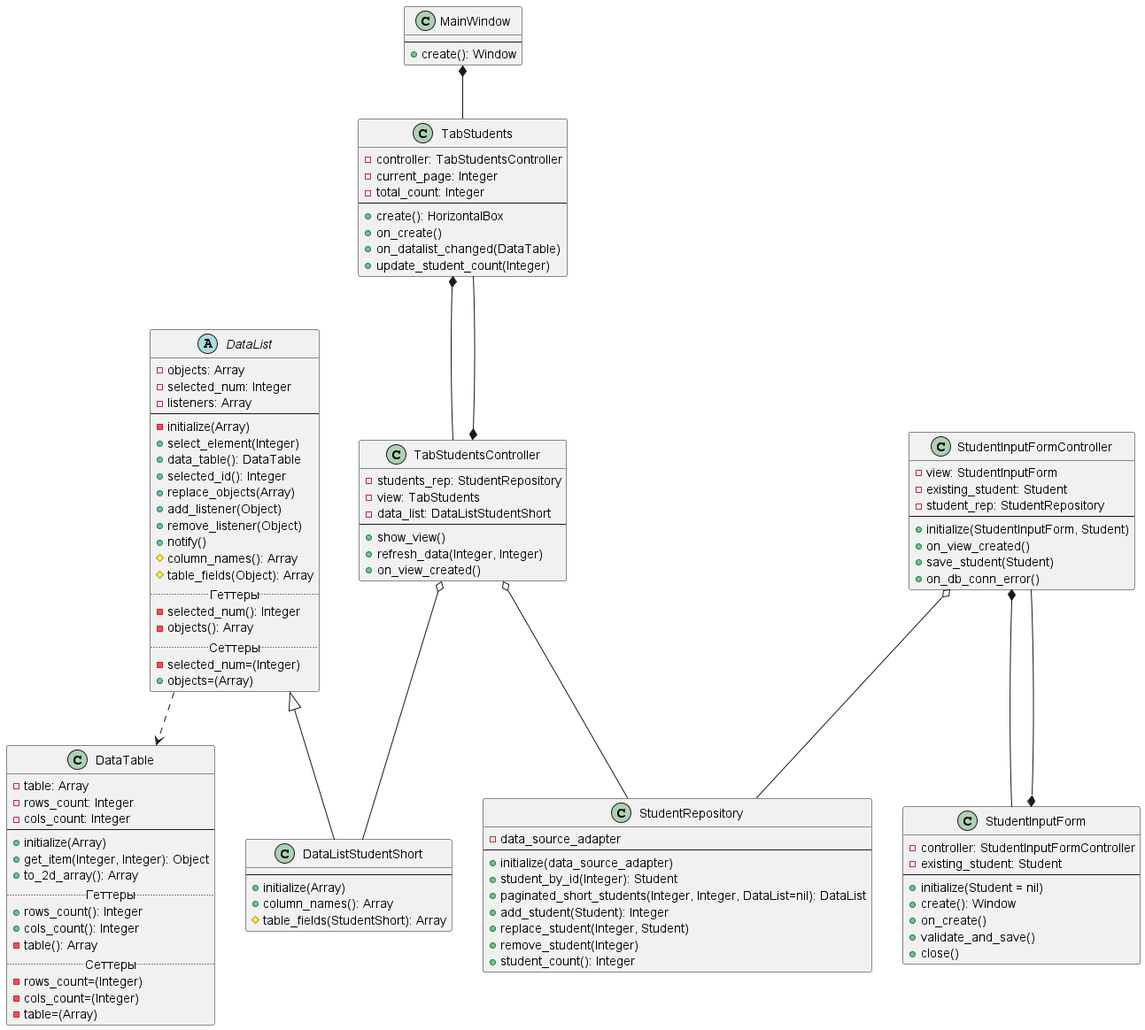
r1411/PatternsLabs keeps this PlantUML diagram as Diagrams/mvc.png. Above is the earlier version. Source of this version:
```plantuml
@startuml

MainWindow *-- TabStudents
TabStudents *-- TabStudentsController
TabStudentsController *-- TabStudents
DataList ..> DataTable
TabStudentsController o-- DataListStudentShort
TabStudentsController o-- StudentRepository
StudentInputForm *-- StudentInputFormController
StudentInputFormController *-- StudentInputForm
StudentInputFormController o-- StudentRepository

class MainWindow {
    --
    +create(): Window
}

class TabStudents {
    -controller: TabStudentsController
    -current_page: Integer
    -total_count: Integer
    --
    +create(): HorizontalBox
    +on_create()
    +on_datalist_changed(DataTable)
    +update_student_count(Integer)
}

class TabStudentsController {
    -students_rep: StudentRepository
    -view: TabStudents
    -data_list: DataListStudentShort
    --
    +show_view()
    +refresh_data(Integer, Integer)
    +on_view_created()
}

class StudentInputForm {
    -controller: StudentInputFormController
    -existing_student: Student
    --
    +initialize(Student = nil)
    +create(): Window
    +on_create()
    +validate_and_save()
    +close()
}

class StudentInputFormController {
    -view: StudentInputForm
    -existing_student: Student
    -student_rep: StudentRepository
    --
    +initialize(StudentInputForm, Student)
    +on_view_created()
    +save_student(Student)
    +on_db_conn_error()
}

class DataTable {
    -table: Array
    -rows_count: Integer
    -cols_count: Integer
    --
    +initialize(Array)
    +get_item(Integer, Integer): Object
    +to_2d_array(): Array
    .. Геттеры ..
    +rows_count(): Integer
    +cols_count(): Integer
    -table(): Array
    .. Сеттеры ..
    -rows_count=(Integer)
    -cols_count=(Integer)
    -table=(Array)
}

abstract class DataList {
    -objects: Array
    -selected_num: Integer
    -listeners: Array
    --
    -initialize(Array)
    +select_element(Integer)
    +data_table(): DataTable
    +selected_id(): Integer
    +replace_objects(Array)
    +add_listener(Object)
    +remove_listener(Object)
    +notify()
    #column_names(): Array
    #table_fields(Object): Array
    .. Геттеры ..
    -selected_num(): Integer
    -objects(): Array
    .. Сеттеры ..
    -selected_num=(Integer)
    +objects=(Array)
}

class DataListStudentShort extends DataList {
    --
    +initialize(Array)
    +column_names(): Array
    #table_fields(StudentShort): Array
}

class StudentRepository {
    -data_source_adapter
    --
    +initialize(data_source_adapter)
    +student_by_id(Integer): Student
    +paginated_short_students(Integer, Integer, DataList=nil): DataList
    +add_student(Student): Integer
    +replace_student(Integer, Student)
    +remove_student(Integer)
    +student_count(): Integer
}
@enduml
```
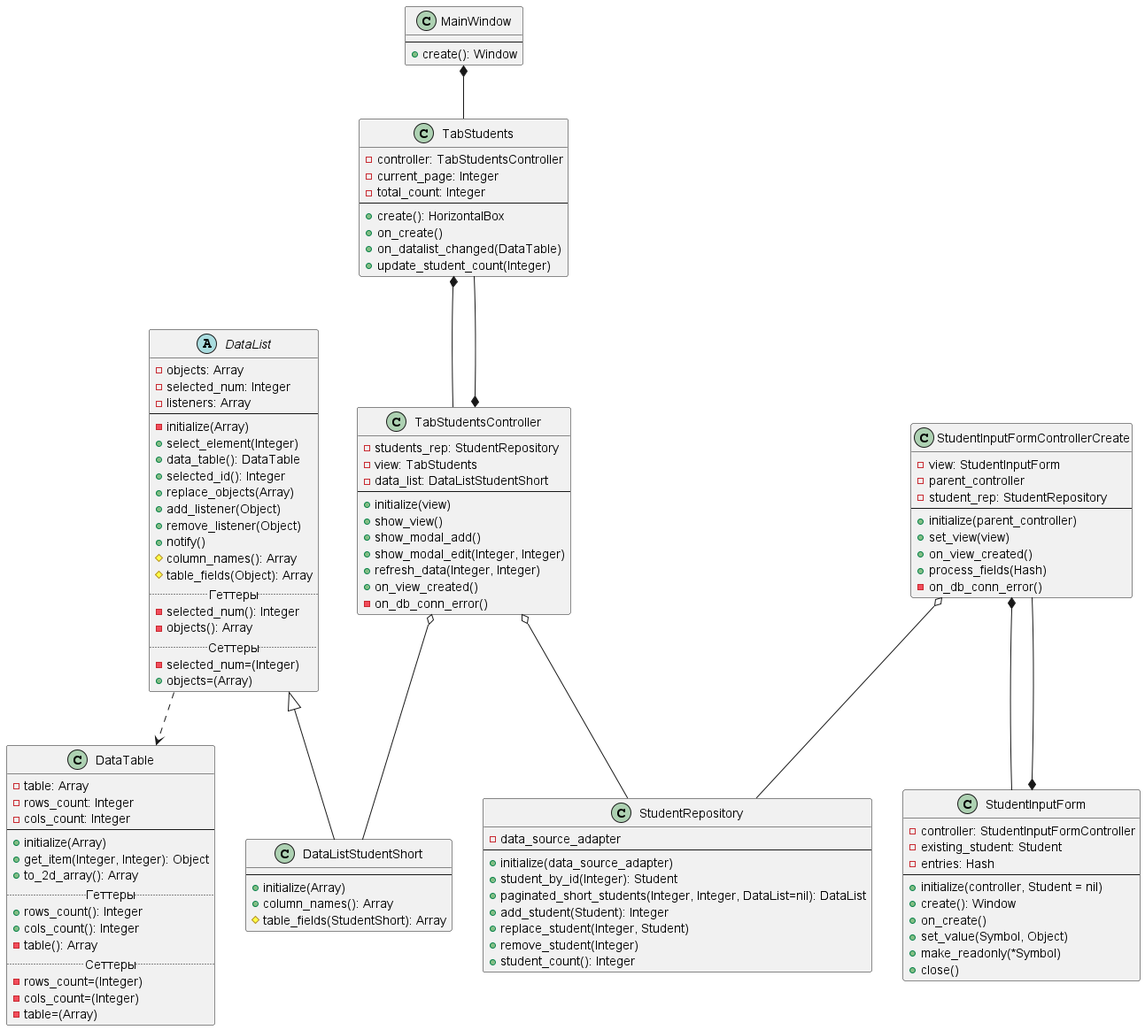
The same file after the commit.

What changed in the source:
```diff
@@ -6,9 +6,9 @@
 DataList ..> DataTable
 TabStudentsController o-- DataListStudentShort
 TabStudentsController o-- StudentRepository
-StudentInputForm *-- StudentInputFormController
-StudentInputFormController *-- StudentInputForm
-StudentInputFormController o-- StudentRepository
+StudentInputForm *-- StudentInputFormControllerCreate
+StudentInputFormControllerCreate *-- StudentInputForm
+StudentInputFormControllerCreate o-- StudentRepository
 
 class MainWindow {
     --
@@ -31,31 +31,38 @@
     -view: TabStudents
     -data_list: DataListStudentShort
     --
+    +initialize(view)
     +show_view()
+    +show_modal_add()
+    +show_modal_edit(Integer, Integer)
     +refresh_data(Integer, Integer)
     +on_view_created()
+    -on_db_conn_error()
 }
 
 class StudentInputForm {
     -controller: StudentInputFormController
     -existing_student: Student
+    -entries: Hash
     --
-    +initialize(Student = nil)
+    +initialize(controller, Student = nil)
     +create(): Window
     +on_create()
-    +validate_and_save()
+    +set_value(Symbol, Object)
+    +make_readonly(*Symbol)
     +close()
 }
 
-class StudentInputFormController {
+class StudentInputFormControllerCreate {
     -view: StudentInputForm
-    -existing_student: Student
+    -parent_controller
     -student_rep: StudentRepository
     --
-    +initialize(StudentInputForm, Student)
+    +initialize(parent_controller)
+    +set_view(view)
     +on_view_created()
-    +save_student(Student)
-    +on_db_conn_error()
+    +process_fields(Hash)
+    -on_db_conn_error()
 }
 
 class DataTable {
```
